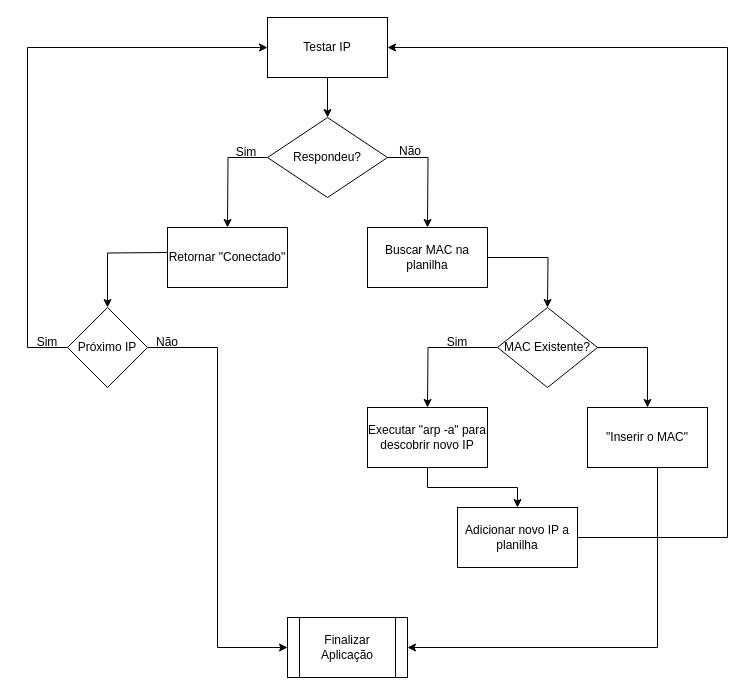
Above: Diagrama sem nome.drawio in Jordan-Lima/IP-Manager (draw.io), before the change. Source tidied: cells renumbered, new cells numbered last; positions are measured from the earlier drawing's top-left corner, leaving out a move shared by most shapes. Both pictures are drawn from the tidied source at 100%, with x=0, y=0 at pixel (17, 17).
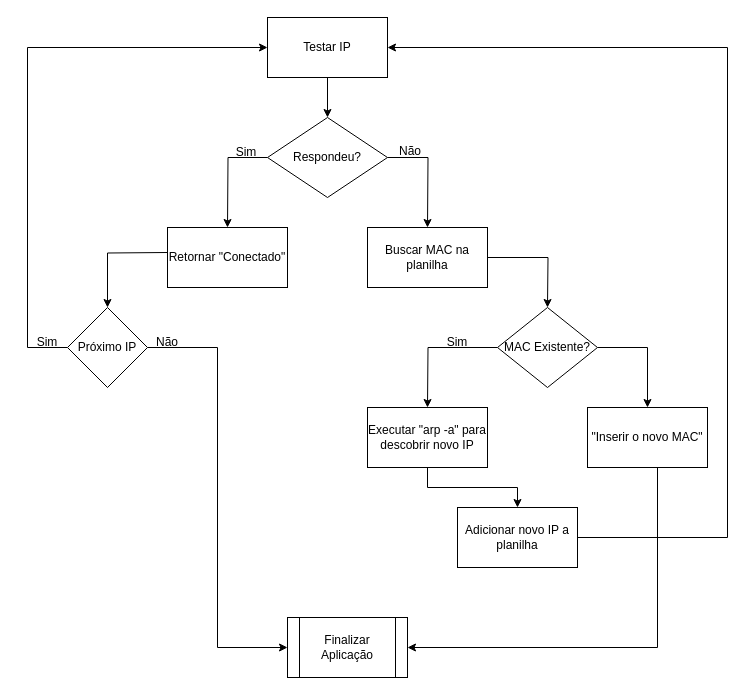
Above is the later version.

What changed in the source:
```diff
@@
-    <mxCell id="27" value="&quot;Inserir o MAC&quot;" style="rounded=0;whiteSpace=wrap;html=1;" parent="1" vertex="1">
+    <mxCell id="27" value="&quot;Inserir o novo MAC&quot;" style="rounded=0;whiteSpace=wrap;html=1;" parent="1" vertex="1">
       <mxGeometry x="570" y="390" width="120" height="60" as="geometry" />
     </mxCell>
```
